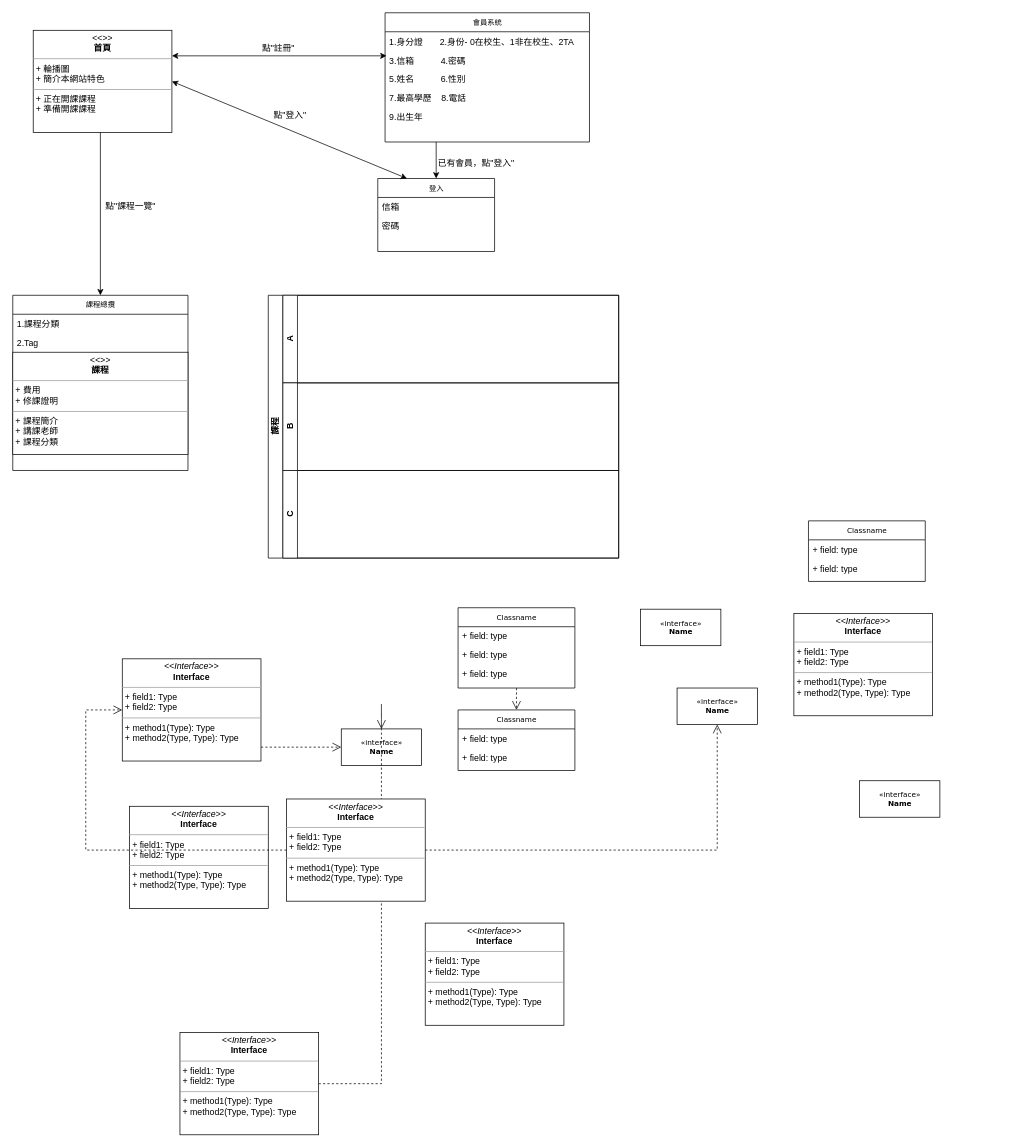
The draw.io diagram nthu_cloud.drawio in bloodangle/fisrt, before the edit. Source tidied: cells renumbered, new cells numbered last; positions are measured from the earlier drawing's top-left corner, leaving out a move shared by most shapes. Both pictures are drawn from the tidied source at 73%, with x=0, y=0 at pixel (12, 12).
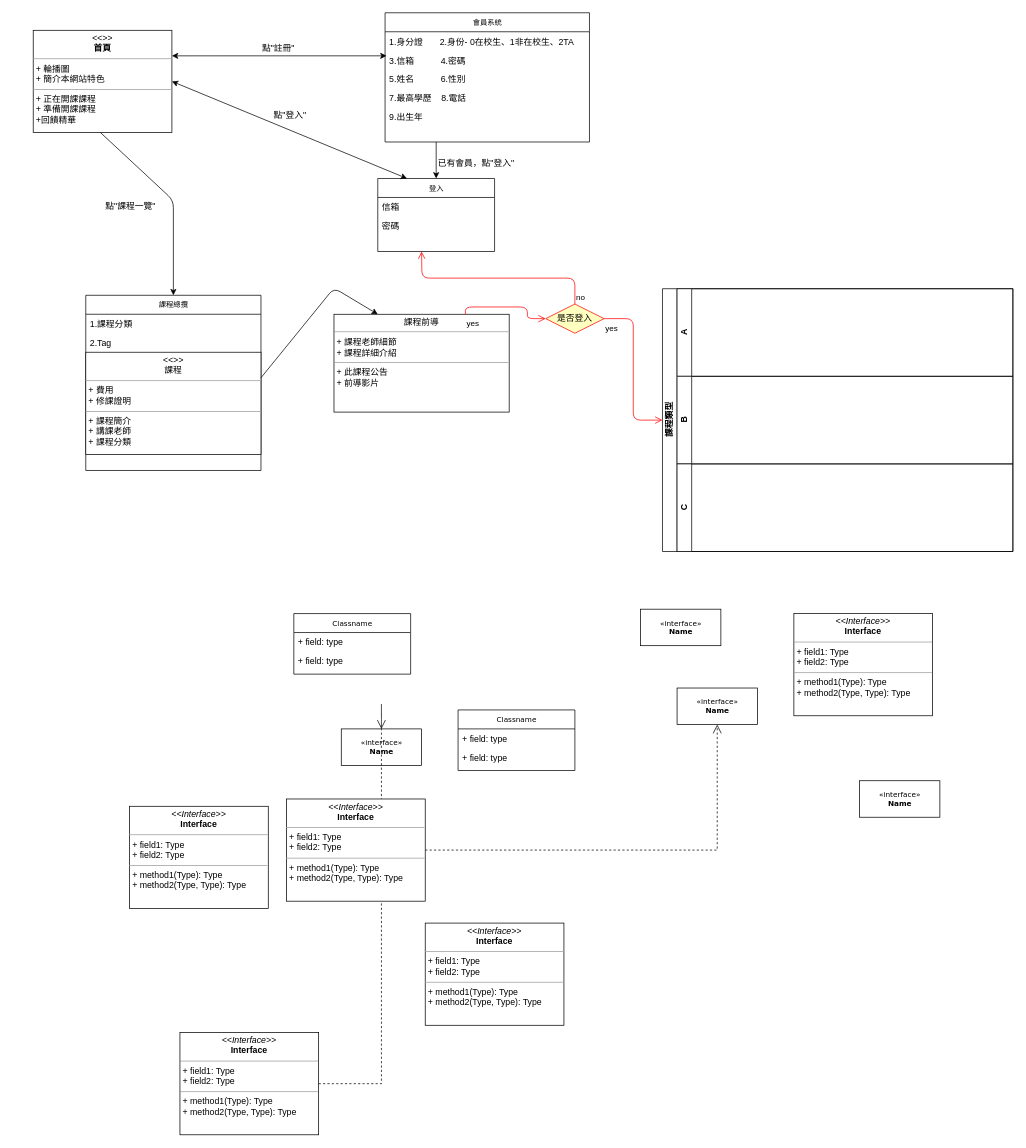
The same page after the edit.

Unchanged cells that the change refers to:
```xml
<mxCell id="9" value="Classname" style="swimlane;html=1;fontStyle=0;horizontal=1;startSize=26;fillColor=none;swimlaneFillColor=#ffffff;rounded=0;shadow=0;comic=0;labelBackgroundColor=none;strokeColor=#000000;strokeWidth=1;fontFamily=Verdana;fontSize=10;fontColor=#000000;align=center;" parent="1" vertex="1">
  <mxGeometry x="610" y="955" width="160" height="83" as="geometry" />
</mxCell>
<mxCell id="20" value="&amp;laquo;interface&amp;raquo;&lt;br&gt;&lt;b&gt;Name&lt;/b&gt;" style="html=1;rounded=0;shadow=0;comic=0;labelBackgroundColor=none;strokeColor=#000000;strokeWidth=1;fillColor=#ffffff;fontFamily=Verdana;fontSize=10;fontColor=#000000;align=center;" parent="1" vertex="1">
  <mxGeometry x="450" y="981" width="110" height="50" as="geometry" />
</mxCell>
<mxCell id="34" value="&lt;p style=&quot;margin:0px;margin-top:4px;text-align:center;&quot;&gt;&lt;i&gt;&amp;lt;&amp;lt;Interface&amp;gt;&amp;gt;&lt;/i&gt;&lt;br/&gt;&lt;b&gt;Interface&lt;/b&gt;&lt;/p&gt;&lt;hr size=&quot;1&quot;/&gt;&lt;p style=&quot;margin:0px;margin-left:4px;&quot;&gt;+ field1: Type&lt;br/&gt;+ field2: Type&lt;/p&gt;&lt;hr size=&quot;1&quot;/&gt;&lt;p style=&quot;margin:0px;margin-left:4px;&quot;&gt;+ method1(Type): Type&lt;br/&gt;+ method2(Type, Type): Type&lt;/p&gt;" style="verticalAlign=top;align=left;overflow=fill;fontSize=12;fontFamily=Helvetica;html=1;rounded=0;shadow=0;comic=0;labelBackgroundColor=none;strokeColor=#000000;strokeWidth=1;fillColor=#ffffff;" parent="1" vertex="1">
  <mxGeometry x="375" y="1077" width="190" height="140" as="geometry" />
</mxCell>
```

What changed in the source:
```diff
@@
     <mxCell id="2" value="課程總攬" style="swimlane;html=1;fontStyle=0;horizontal=1;startSize=26;fillColor=none;swimlaneFillColor=#ffffff;rounded=0;shadow=0;comic=0;labelBackgroundColor=none;strokeColor=#000000;strokeWidth=1;fontFamily=Verdana;fontSize=10;fontColor=#000000;align=center;" parent="1" vertex="1">
-      <mxGeometry y="387" width="240" height="240" as="geometry" />
+      <mxGeometry x="100" y="387" width="240" height="240" as="geometry" />
     </mxCell>
@@
-    <mxCell id="5" value="&lt;p style=&quot;margin: 0px ; margin-top: 4px ; text-align: center&quot;&gt;&lt;i&gt;&amp;lt;&amp;lt;&amp;gt;&amp;gt;&lt;/i&gt;&lt;br&gt;&lt;b&gt;課程&lt;/b&gt;&lt;/p&gt;&lt;hr size=&quot;1&quot;&gt;&lt;p style=&quot;margin: 0px ; margin-left: 4px&quot;&gt;+ 費用&lt;br&gt;+ 修課證明&lt;/p&gt;&lt;hr size=&quot;1&quot;&gt;&lt;p style=&quot;margin: 0px ; margin-left: 4px&quot;&gt;+ 課程簡介&lt;br&gt;+ 講課老師&lt;/p&gt;&lt;p style=&quot;margin: 0px ; margin-left: 4px&quot;&gt;+ 課程分類&lt;/p&gt;" style="verticalAlign=top;align=left;overflow=fill;fontSize=12;fontFamily=Helvetica;html=1;rounded=0;shadow=0;comic=0;labelBackgroundColor=none;strokeColor=#000000;strokeWidth=1;fillColor=#ffffff;" parent="2" vertex="1">
+    <mxCell id="5" value="&lt;p style=&quot;margin: 0px ; margin-top: 4px ; text-align: center&quot;&gt;&lt;i&gt;&amp;lt;&amp;lt;&amp;gt;&amp;gt;&lt;/i&gt;&lt;br&gt;課程&lt;/p&gt;&lt;hr size=&quot;1&quot;&gt;&lt;p style=&quot;margin: 0px ; margin-left: 4px&quot;&gt;+ 費用&lt;br&gt;+ 修課證明&lt;/p&gt;&lt;hr size=&quot;1&quot;&gt;&lt;p style=&quot;margin: 0px ; margin-left: 4px&quot;&gt;+ 課程簡介&lt;br&gt;+ 講課老師&lt;/p&gt;&lt;p style=&quot;margin: 0px ; margin-left: 4px&quot;&gt;+ 課程分類&lt;/p&gt;" style="verticalAlign=top;align=left;overflow=fill;fontSize=12;fontFamily=Helvetica;html=1;rounded=0;shadow=0;comic=0;labelBackgroundColor=none;strokeColor=#000000;strokeWidth=1;fillColor=#ffffff;" parent="2" vertex="1">
       <mxGeometry y="78" width="240" height="140" as="geometry" />
     </mxCell>
@@
-    <mxCell id="12" style="edgeStyle=orthogonalEdgeStyle;rounded=0;html=1;dashed=1;labelBackgroundColor=none;startFill=0;endArrow=open;endFill=0;endSize=10;fontFamily=Verdana;fontSize=10;" parent="1" edge="1" source="13" target="9">
-      <mxGeometry relative="1" as="geometry" />
-    </mxCell>
-    <mxCell id="13" value="Classname" style="swimlane;html=1;fontStyle=0;horizontal=1;startSize=26;fillColor=none;swimlaneFillColor=#ffffff;rounded=0;shadow=0;comic=0;labelBackgroundColor=none;strokeColor=#000000;strokeWidth=1;fontFamily=Verdana;fontSize=10;fontColor=#000000;align=center;" parent="1" vertex="1">
-      <mxGeometry x="610" y="815" width="160" height="110" as="geometry" />
-    </mxCell>
-    <mxCell id="14" value="+ field: type" style="text;html=1;strokeColor=none;fillColor=none;align=left;verticalAlign=top;spacingLeft=4;spacingRight=4;whiteSpace=wrap;overflow=hidden;" parent="13" vertex="1">
-      <mxGeometry y="26" width="160" height="26" as="geometry" />
-    </mxCell>
-    <mxCell id="15" value="+ field: type" style="text;html=1;strokeColor=none;fillColor=none;align=left;verticalAlign=top;spacingLeft=4;spacingRight=4;whiteSpace=wrap;overflow=hidden;" parent="13" vertex="1">
-      <mxGeometry y="52" width="160" height="26" as="geometry" />
-    </mxCell>
-    <mxCell id="16" value="+ field: type" style="text;html=1;strokeColor=none;fillColor=none;align=left;verticalAlign=top;spacingLeft=4;spacingRight=4;whiteSpace=wrap;overflow=hidden;" parent="13" vertex="1">
-      <mxGeometry y="78" width="160" height="26" as="geometry" />
-    </mxCell>
     <mxCell id="17" value="Classname" style="swimlane;html=1;fontStyle=0;horizontal=1;startSize=26;fillColor=none;swimlaneFillColor=#ffffff;rounded=0;shadow=0;comic=0;labelBackgroundColor=none;strokeColor=#000000;strokeWidth=1;fontFamily=Verdana;fontSize=10;fontColor=#000000;align=center;" parent="1" vertex="1">
-      <mxGeometry x="1090" y="696" width="160" height="83" as="geometry" />
+      <mxGeometry x="385" y="823" width="160" height="83" as="geometry" />
     </mxCell>
@@
-    <mxCell id="23" style="edgeStyle=orthogonalEdgeStyle;rounded=0;html=1;dashed=1;labelBackgroundColor=none;startFill=0;endArrow=open;endFill=0;endSize=10;fontFamily=Verdana;fontSize=10;" parent="1" edge="1" source="24" target="20">
-      <mxGeometry relative="1" as="geometry">
-        <Array as="points">
-          <mxPoint x="370" y="1006" />
-          <mxPoint x="370" y="1006" />
-        </Array>
-      </mxGeometry>
-    </mxCell>
-    <mxCell id="24" value="&lt;p style=&quot;margin:0px;margin-top:4px;text-align:center;&quot;&gt;&lt;i&gt;&amp;lt;&amp;lt;Interface&amp;gt;&amp;gt;&lt;/i&gt;&lt;br/&gt;&lt;b&gt;Interface&lt;/b&gt;&lt;/p&gt;&lt;hr size=&quot;1&quot;/&gt;&lt;p style=&quot;margin:0px;margin-left:4px;&quot;&gt;+ field1: Type&lt;br/&gt;+ field2: Type&lt;/p&gt;&lt;hr size=&quot;1&quot;/&gt;&lt;p style=&quot;margin:0px;margin-left:4px;&quot;&gt;+ method1(Type): Type&lt;br/&gt;+ method2(Type, Type): Type&lt;/p&gt;" style="verticalAlign=top;align=left;overflow=fill;fontSize=12;fontFamily=Helvetica;html=1;rounded=0;shadow=0;comic=0;labelBackgroundColor=none;strokeColor=#000000;strokeWidth=1;fillColor=#ffffff;" parent="1" vertex="1">
-      <mxGeometry x="150" y="885" width="190" height="140" as="geometry" />
+    <mxCell id="24" value="&lt;p style=&quot;margin: 0px ; margin-top: 4px ; text-align: center&quot;&gt;課程前導&lt;/p&gt;&lt;hr size=&quot;1&quot;&gt;&lt;p style=&quot;margin: 0px ; margin-left: 4px&quot;&gt;+ 課程老師細節&lt;br&gt;+ 課程詳細介紹&lt;/p&gt;&lt;hr size=&quot;1&quot;&gt;&lt;p style=&quot;margin: 0px ; margin-left: 4px&quot;&gt;+ 此課程公告&lt;br&gt;+ 前導影片&lt;/p&gt;" style="verticalAlign=top;align=left;overflow=fill;fontSize=12;fontFamily=Helvetica;html=1;rounded=0;shadow=0;comic=0;labelBackgroundColor=none;strokeColor=#000000;strokeWidth=1;fillColor=#ffffff;" parent="1" vertex="1">
+      <mxGeometry x="440" y="413" width="240" height="134" as="geometry" />
     </mxCell>
@@
-    <mxCell id="30" value="&lt;p style=&quot;margin: 0px ; margin-top: 4px ; text-align: center&quot;&gt;&lt;i&gt;&amp;lt;&amp;lt;&amp;gt;&amp;gt;&lt;/i&gt;&lt;br&gt;&lt;b&gt;首頁&lt;/b&gt;&lt;/p&gt;&lt;hr size=&quot;1&quot;&gt;&lt;p style=&quot;margin: 0px ; margin-left: 4px&quot;&gt;+ 輪播圖&lt;br&gt;+ 簡介本網站特色&lt;/p&gt;&lt;hr size=&quot;1&quot;&gt;&lt;p style=&quot;margin: 0px ; margin-left: 4px&quot;&gt;+ 正在開課課程&lt;/p&gt;&lt;p style=&quot;margin: 0px ; margin-left: 4px&quot;&gt;+ 準備開課課程&lt;/p&gt;" style="verticalAlign=top;align=left;overflow=fill;fontSize=12;fontFamily=Helvetica;html=1;rounded=0;shadow=0;comic=0;labelBackgroundColor=none;strokeColor=#000000;strokeWidth=1;fillColor=#ffffff;" parent="1" vertex="1">
+    <mxCell id="30" value="&lt;p style=&quot;margin: 0px ; margin-top: 4px ; text-align: center&quot;&gt;&lt;i&gt;&amp;lt;&amp;lt;&amp;gt;&amp;gt;&lt;/i&gt;&lt;br&gt;&lt;b&gt;首頁&lt;/b&gt;&lt;/p&gt;&lt;hr size=&quot;1&quot;&gt;&lt;p style=&quot;margin: 0px ; margin-left: 4px&quot;&gt;+ 輪播圖&lt;br&gt;+ 簡介本網站特色&lt;/p&gt;&lt;hr size=&quot;1&quot;&gt;&lt;p style=&quot;margin: 0px ; margin-left: 4px&quot;&gt;+ 正在開課課程&lt;/p&gt;&lt;p style=&quot;margin: 0px ; margin-left: 4px&quot;&gt;+ 準備開課課程&lt;/p&gt;&lt;p style=&quot;margin: 0px ; margin-left: 4px&quot;&gt;+回饋精華&lt;/p&gt;" style="verticalAlign=top;align=left;overflow=fill;fontSize=12;fontFamily=Helvetica;html=1;rounded=0;shadow=0;comic=0;labelBackgroundColor=none;strokeColor=#000000;strokeWidth=1;fillColor=#ffffff;" parent="1" vertex="1">
       <mxGeometry x="28" y="24" width="190" height="140" as="geometry" />
     </mxCell>
@@
-    <mxCell id="33" style="edgeStyle=orthogonalEdgeStyle;rounded=0;html=1;dashed=1;labelBackgroundColor=none;startFill=0;endArrow=open;endFill=0;endSize=10;fontFamily=Verdana;fontSize=10;" parent="1" edge="1" source="34" target="24">
-      <mxGeometry relative="1" as="geometry">
-        <Array as="points">
-          <mxPoint x="100" y="955" />
-        </Array>
-      </mxGeometry>
-    </mxCell>
@@
     <mxCell id="47" style="endArrow=classic;html=1;entryX=0.5;entryY=0;entryDx=0;entryDy=0;" parent="1" edge="1" target="2">
       <mxGeometry relative="1" as="geometry">
         <mxPoint x="120" y="164" as="sourcePoint" />
+        <Array as="points">
+          <mxPoint x="220" y="257" />
+        </Array>
       </mxGeometry>
     </mxCell>
@@
-    <mxCell id="49" value="課程&lt;br&gt;" style="swimlane;html=1;horizontal=0;startSize=20;" parent="1" vertex="1">
-      <mxGeometry x="350" y="387" width="480" height="360" as="geometry" />
+    <mxCell id="49" value="課程類型&lt;br&gt;" style="swimlane;html=1;horizontal=0;startSize=20;" parent="1" vertex="1">
+      <mxGeometry x="890" y="378" width="480" height="360" as="geometry" />
     </mxCell>
@@
+    <mxCell id="53" value="是否登入" style="rhombus;whiteSpace=wrap;html=1;fillColor=#ffffc0;strokeColor=#ff0000;" parent="1" vertex="1">
+      <mxGeometry x="730" y="399" width="80" height="40" as="geometry" />
+    </mxCell>
+    <mxCell id="54" value="no" style="edgeStyle=orthogonalEdgeStyle;html=1;align=left;verticalAlign=bottom;endArrow=open;endSize=8;strokeColor=#ff0000;exitX=0.5;exitY=0;exitDx=0;exitDy=0;" parent="1" edge="1" source="53">
+      <mxGeometry x="-1" relative="1" as="geometry">
+        <mxPoint x="560" y="327" as="targetPoint" />
+      </mxGeometry>
+    </mxCell>
+    <mxCell id="55" value="yes" style="edgeStyle=orthogonalEdgeStyle;html=1;align=left;verticalAlign=top;endArrow=open;endSize=8;strokeColor=#ff0000;entryX=0;entryY=0.5;entryDx=0;entryDy=0;" parent="1" edge="1" source="53" target="49">
+      <mxGeometry x="-1" relative="1" as="geometry" />
+    </mxCell>
+    <mxCell id="56" value="yes" style="edgeStyle=orthogonalEdgeStyle;html=1;align=left;verticalAlign=top;endArrow=open;endSize=8;strokeColor=#ff0000;entryX=0;entryY=0.5;entryDx=0;entryDy=0;exitX=0.75;exitY=0;exitDx=0;exitDy=0;" parent="1" edge="1" source="24" target="53">
+      <mxGeometry x="-1" relative="1" as="geometry" />
+    </mxCell>
+    <mxCell id="57" style="endArrow=classic;html=1;entryX=0.25;entryY=0;entryDx=0;entryDy=0;exitX=1;exitY=0.25;exitDx=0;exitDy=0;" parent="1" edge="1" source="5" target="24">
+      <mxGeometry relative="1" as="geometry">
+        <Array as="points">
+          <mxPoint x="440" y="377" />
+        </Array>
+      </mxGeometry>
+    </mxCell>
```
